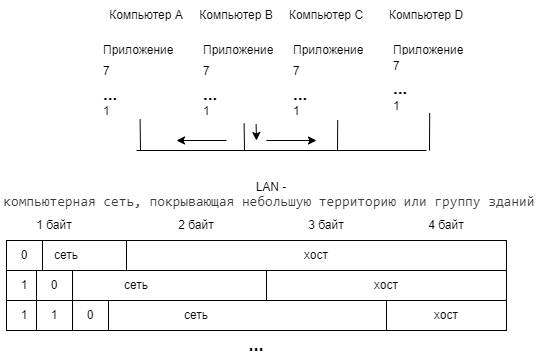
The draw.io diagram Передача в LAN.png in ksinph/PSTU_LABS_2023, before a commit. Source tidied: cells renumbered, new cells last; positions are measured from the earlier drawing's top-left corner, leaving out a move shared by most shapes.
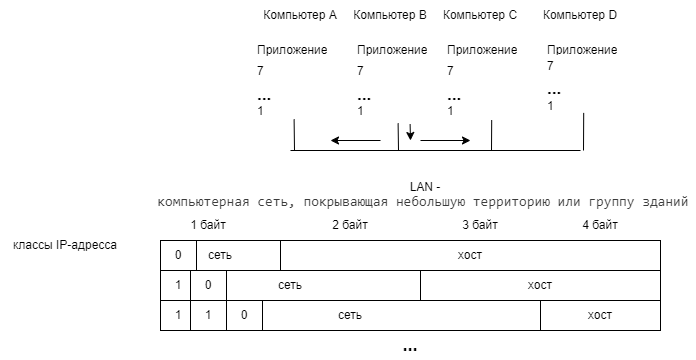
After the commit.

What changed in the source:
```diff
@@ -222,5 +222,8 @@
     <mxCell id="68" value="&lt;b&gt;&lt;font style=&quot;font-size: 18px;&quot;&gt;...&lt;/font&gt;&lt;/b&gt;" style="text;html=1;align=center;verticalAlign=middle;whiteSpace=wrap;rounded=0;" parent="1" vertex="1">
       <mxGeometry x="220" y="330" width="60" height="30" as="geometry" />
     </mxCell>
+    <mxCell id="69" value="классы IP-адресса" style="text;html=1;align=center;verticalAlign=middle;whiteSpace=wrap;rounded=0;" parent="1" vertex="1">
+      <mxGeometry x="-160" y="230" width="130" height="30" as="geometry" />
+    </mxCell>
   </root>
 </mxGraphModel>
```
